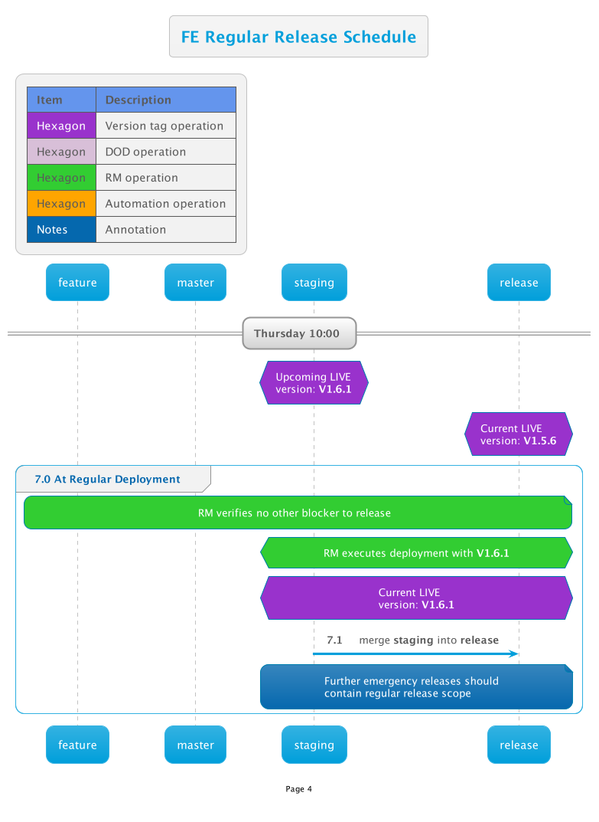
The PlantUML diagram out/Confluence/SOPWebFE/MergeFlow/4/4.png in thetomitomo/diagrams, before a commit. Source of this version:
```plantuml
@startuml
!$AutonumStart = 7
!include __init__

title FE Regular Release Schedule

== Thursday 10:00 ==
hnote over staging #DarkOrchid: Upcoming LIVE\nversion: **V1.6.1**
hnote over release #DarkOrchid: Current LIVE\nversion: **V1.5.6**

group 7.0 At Regular Deployment
    note over feature,release #LimeGreen: RM verifies no other blocker to release

    hnote over staging,release#LimeGreen: RM executes deployment with **V1.6.1**

    hnote over staging,release #DarkOrchid: Current LIVE\nversion: **V1.6.1**

    staging->release: merge **staging** into **release**
    note over staging,release: Further emergency releases should \ncontain regular release scope
end group
@enduml
```
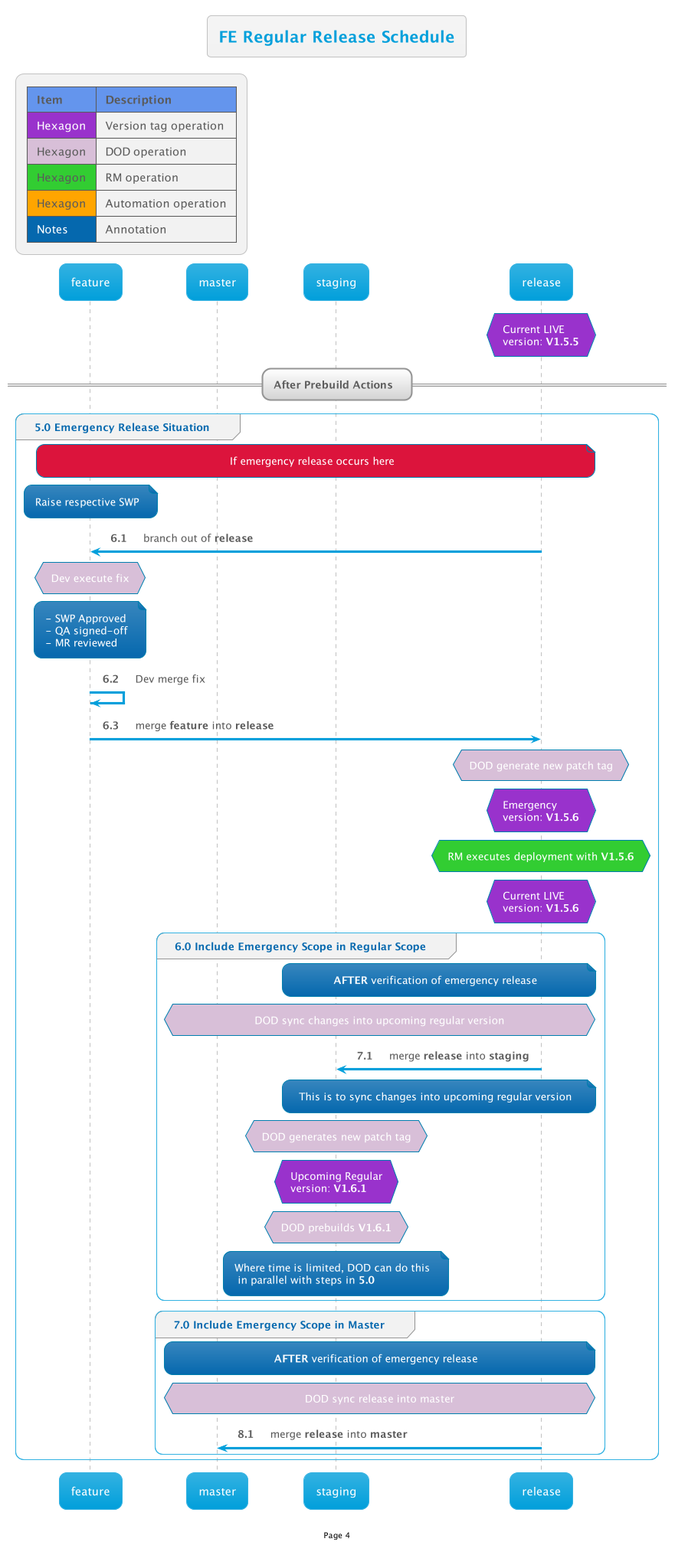
After the change.

The edit, as a diff of the source:
```diff
@@ -1,21 +1,51 @@
 @startuml
-!$AutonumStart = 7
+!$AutonumStart = 5
 !include __init__
 
 title FE Regular Release Schedule
 
-== Thursday 10:00 ==
-hnote over staging #DarkOrchid: Upcoming LIVE\nversion: **V1.6.1**
-hnote over release #DarkOrchid: Current LIVE\nversion: **V1.5.6**
+hnote over release #DarkOrchid: Current LIVE\nversion: **V1.5.5**
 
-group 7.0 At Regular Deployment
-    note over feature,release #LimeGreen: RM verifies no other blocker to release
+== After Prebuild Actions  ==
 
-    hnote over staging,release#LimeGreen: RM executes deployment with **V1.6.1**
+autonumber inc A
+group 5.0 Emergency Release Situation
+    note over feature,release #Crimson: If emergency release occurs here
 
-    hnote over staging,release #DarkOrchid: Current LIVE\nversion: **V1.6.1**
+    note over feature: Raise respective SWP
+    release->feature: branch out of **release**
+    hnote over feature #Thistle: Dev execute fix
+    note over feature: - SWP Approved\n- QA signed-off\n- MR reviewed
+    feature->feature: Dev merge fix
 
-    staging->release: merge **staging** into **release**
-    note over staging,release: Further emergency releases should \ncontain regular release scope
+    feature->release: merge **feature** into **release**
+
+    hnote over release#Thistle: DOD generate new patch tag
+    hnote over release #DarkOrchid: Emergency\nversion: **V1.5.6**
+    hnote over release#LimeGreen: RM executes deployment with **V1.5.6**
+    hnote over release #DarkOrchid: Current LIVE\nversion: **V1.5.6**
+
+    autonumber inc A
+    group 6.0 Include Emergency Scope in Regular Scope
+        note over staging,release: **AFTER** verification of emergency release
+        hnote over master,release #Thistle: DOD sync changes into upcoming regular version
+        release->staging: merge **release** into **staging**
+        note over staging,release: This is to sync changes into upcoming regular version
+
+        hnote over staging#Thistle: DOD generates new patch tag
+        hnote over staging #DarkOrchid: Upcoming Regular\nversion: **V1.6.1**
+        hnote over staging#Thistle: DOD prebuilds **V1.6.1**
+        note over staging: Where time is limited, DOD can do this\n in parallel with steps in **5.0**
+    end group
+
+    autonumber inc A
+    group 7.0 Include Emergency Scope in Master
+        note over master,release: **AFTER** verification of emergency release
+        hnote over master,release #Thistle: DOD sync release into master
+        release->master: merge **release** into **master**
+
+    end group
+
+
 end group
 @enduml
```
